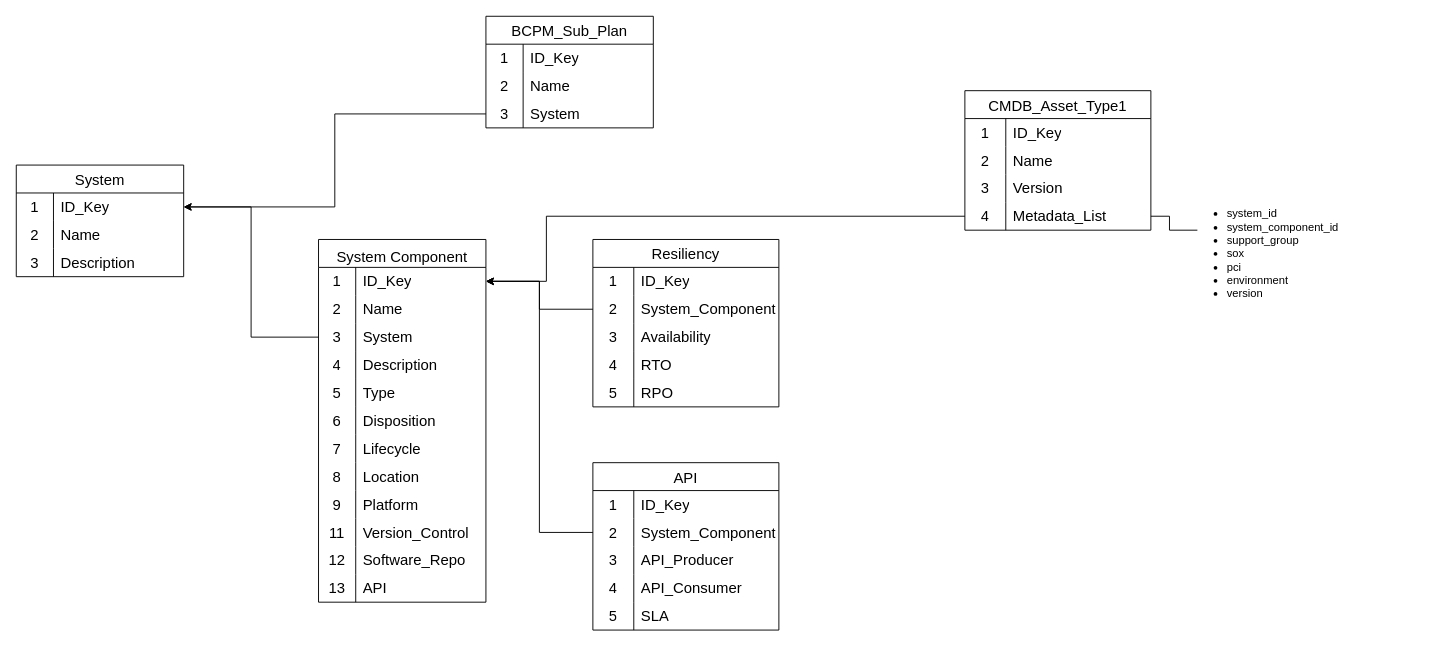
Earlier version of the draw.io diagram page "APM Data Model" (1 of 3) of images/itsm.drawio (bpayt2/temp). Source tidied: cells renumbered, new cells numbered last; positions are measured from the earlier drawing's top-left corner, leaving out a move shared by most shapes. Both pictures are drawn from the tidied source at 93%, with x=0, y=0 at pixel (16, 16).
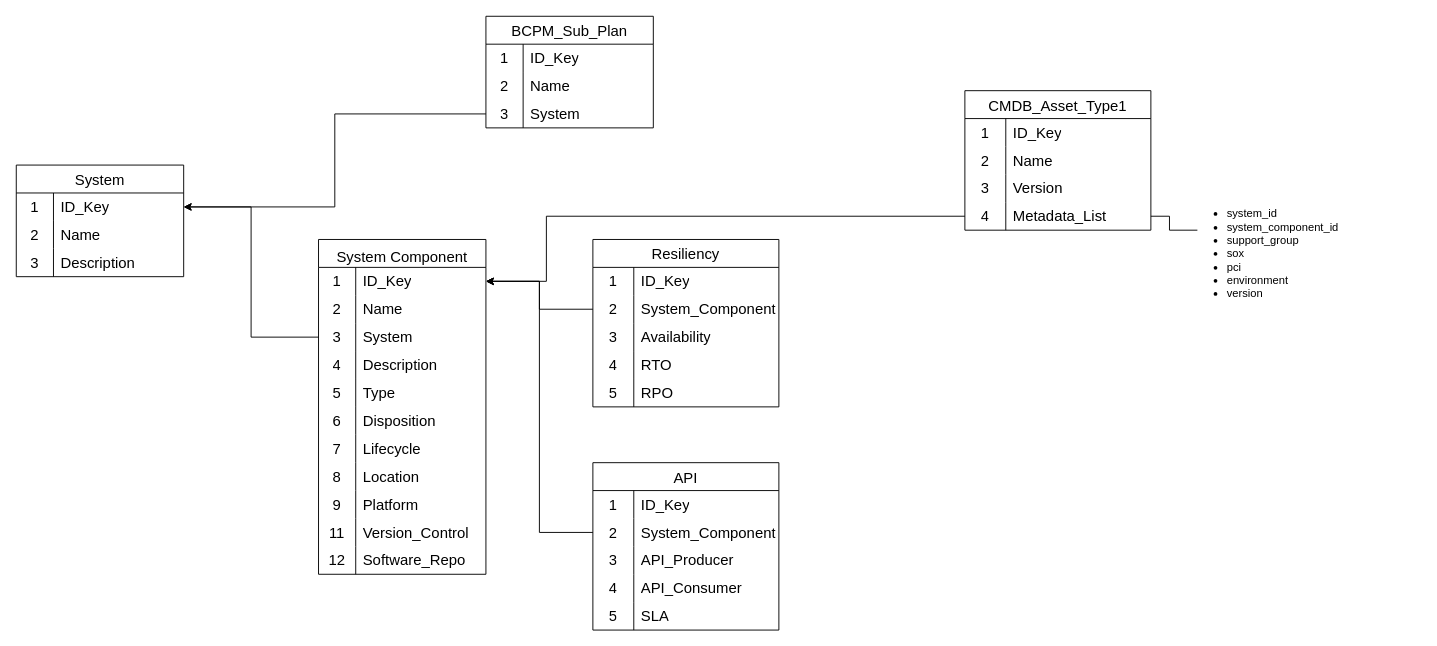
The same diagram, later.

The edit, as a diff of the source:
```diff
@@
     <mxCell id="12" value="System Component" style="shape=table;startSize=30;childLayout=tableLayout;rowLines=0;fontStyle=0;strokeColor=default;fontSize=16;verticalAlign=bottom;" parent="1" vertex="1">
-      <mxGeometry x="325" y="240" width="180" height="390" as="geometry" />
+      <mxGeometry x="325" y="240" width="180" height="360" as="geometry" />
     </mxCell>
@@
-    <mxCell id="46" style="shape=tableRow;horizontal=0;startSize=0;swimlaneHead=0;swimlaneBody=0;top=0;left=0;bottom=0;right=0;fillColor=none;strokeColor=inherit;fontSize=16;" parent="12" vertex="1">
-      <mxGeometry y="360" width="180" height="30" as="geometry" />
-    </mxCell>
-    <mxCell id="47" value="13" style="shape=partialRectangle;html=1;whiteSpace=wrap;fillColor=none;top=0;left=0;bottom=0;right=0;overflow=hidden;strokeColor=inherit;fontSize=16;" parent="46" vertex="1">
-      <mxGeometry width="40" height="30" as="geometry" />
-    </mxCell>
-    <mxCell id="48" value="API" style="shape=partialRectangle;html=1;whiteSpace=wrap;fillColor=none;top=0;left=0;bottom=0;right=0;align=left;spacingLeft=6;overflow=hidden;strokeColor=inherit;fontSize=16;" parent="46" vertex="1">
-      <mxGeometry x="40" width="140" height="30" as="geometry" />
-    </mxCell>
```
